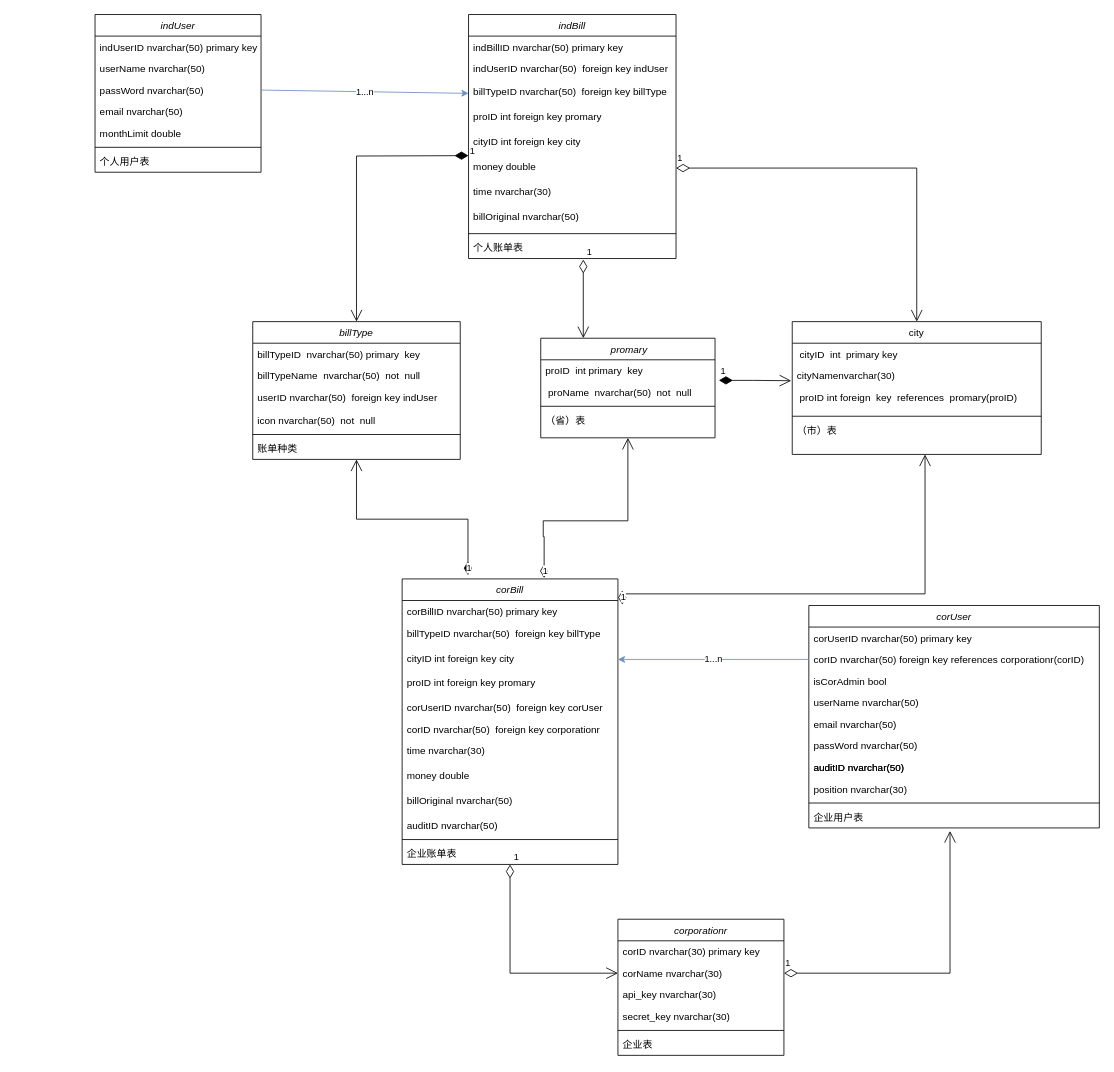
imrole/UML keeps this draw.io diagram as 毕设/Untitled Diagram.drawio. Above is the earlier version. Source tidied: cells renumbered, new cells numbered last; positions are measured from the earlier drawing's top-left corner, leaving out a move shared by most shapes. Both pictures are drawn from the tidied source at 83%, with x=0, y=0 at pixel (20, 14).
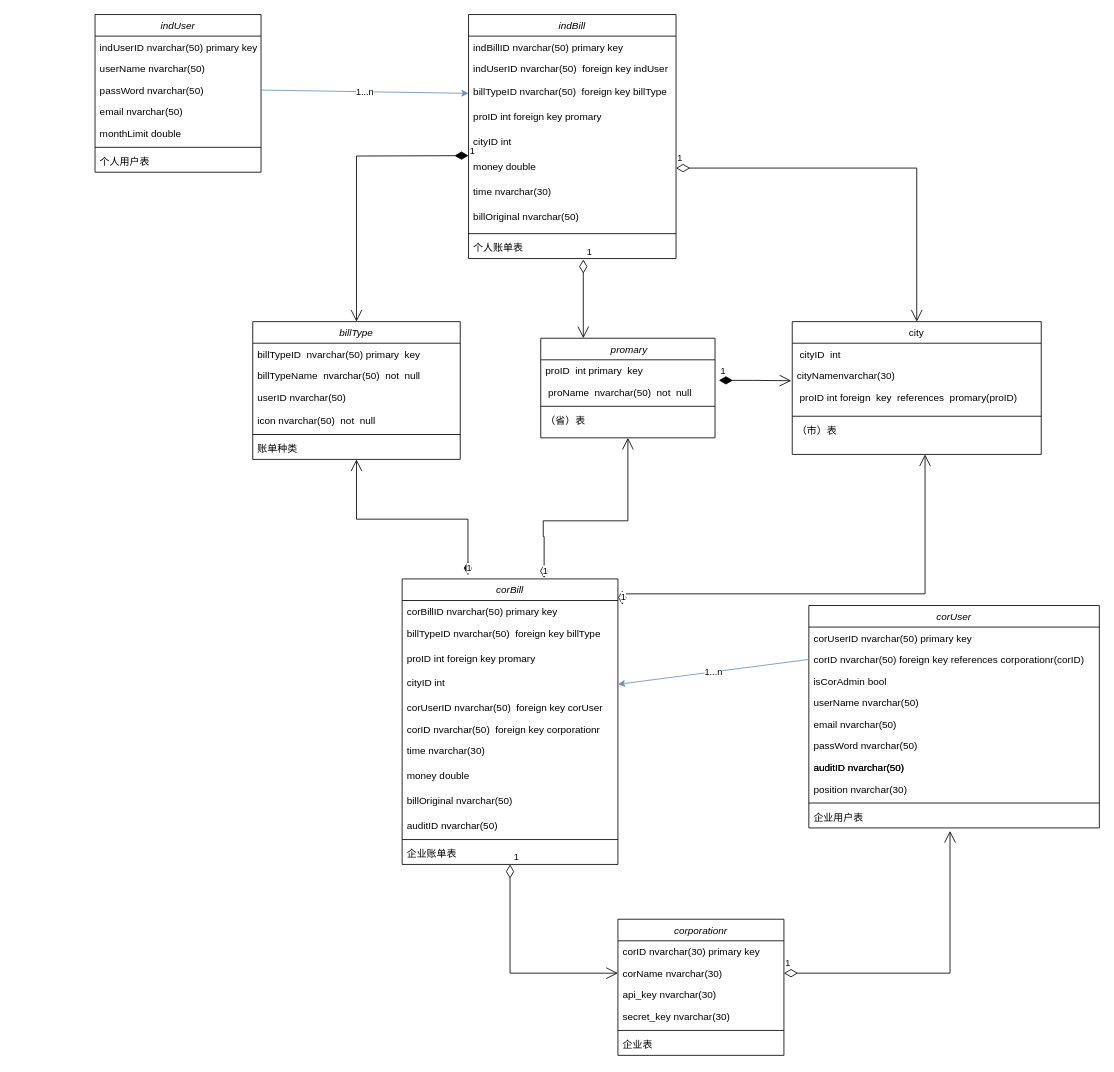
Above is the later version.

Unchanged cells that the change refers to:
```xml
<mxCell id="7" value="city" style="swimlane;fontStyle=0;align=center;verticalAlign=top;horizontal=1;startSize=26;rounded=0;shadow=0;strokeWidth=1;" parent="1" vertex="1">
  <mxGeometry x="930" y="370" width="300" height="160" as="geometry" />
</mxCell>
<mxCell id="13" value="indBill" style="swimlane;fontStyle=2;align=center;verticalAlign=top;horizontal=1;startSize=26;rounded=0;shadow=0;strokeWidth=1;" parent="1" vertex="1">
  <mxGeometry x="540" width="250" height="294" as="geometry" />
</mxCell>
<mxCell id="43" value="corBill" style="swimlane;fontStyle=2;align=center;verticalAlign=top;horizontal=1;startSize=26;rounded=0;shadow=0;strokeWidth=1;" parent="1" vertex="1">
  <mxGeometry x="460" y="680" width="260" height="344" as="geometry" />
</mxCell>
<mxCell id="56" value="billType" style="swimlane;fontStyle=2;align=center;verticalAlign=top;horizontal=1;startSize=26;rounded=0;shadow=0;strokeWidth=1;" parent="1" vertex="1">
  <mxGeometry x="280" y="370" width="250" height="166" as="geometry" />
</mxCell>
```

The edit, as a diff of the source:
```diff
@@
-    <mxCell id="8" value=" cityID  int  primary key&#10;" style="text;align=left;verticalAlign=top;spacingLeft=4;spacingRight=4;overflow=hidden;" parent="7" vertex="1">
+    <mxCell id="8" value=" cityID  int &#10;" style="text;align=left;verticalAlign=top;spacingLeft=4;spacingRight=4;overflow=hidden;" parent="7" vertex="1">
       <mxGeometry y="26" width="300" height="26" as="geometry" />
     </mxCell>
@@
-    <mxCell id="18" value="cityID int foreign key city" style="text;align=left;verticalAlign=top;spacingLeft=4;spacingRight=4;overflow=hidden;rounded=0;shadow=0;html=0;" parent="13" vertex="1">
+    <mxCell id="18" value="cityID int " style="text;align=left;verticalAlign=top;spacingLeft=4;spacingRight=4;overflow=hidden;rounded=0;shadow=0;html=0;" parent="13" vertex="1">
       <mxGeometry y="140" width="250" height="30" as="geometry" />
     </mxCell>
@@
+    <mxCell id="47" value="proID int foreign key promary" style="text;align=left;verticalAlign=top;spacingLeft=4;spacingRight=4;overflow=hidden;rounded=0;shadow=0;html=0;" parent="43" vertex="1">
+      <mxGeometry y="82" width="260" height="30" as="geometry" />
+    </mxCell>
-    <mxCell id="46" value="cityID int foreign key city" style="text;align=left;verticalAlign=top;spacingLeft=4;spacingRight=4;overflow=hidden;points=[[0,0.5],[1,0.5]];portConstraint=eastwest;rounded=0;shadow=0;html=0;" parent="43" vertex="1">
-      <mxGeometry y="82" width="260" height="30" as="geometry" />
+    <mxCell id="46" value="cityID int" style="text;align=left;verticalAlign=top;spacingLeft=4;spacingRight=4;overflow=hidden;points=[[0,0.5],[1,0.5]];portConstraint=eastwest;rounded=0;shadow=0;html=0;" parent="43" vertex="1">
+      <mxGeometry y="112" width="260" height="30" as="geometry" />
     </mxCell>
-    <mxCell id="47" value="proID int foreign key promary" style="text;align=left;verticalAlign=top;spacingLeft=4;spacingRight=4;overflow=hidden;rounded=0;shadow=0;html=0;" parent="43" vertex="1">
-      <mxGeometry y="112" width="260" height="30" as="geometry" />
-    </mxCell>
@@
-    <mxCell id="59" value="userID nvarchar(50)  foreign key indUser " style="text;align=left;verticalAlign=top;spacingLeft=4;spacingRight=4;overflow=hidden;rounded=0;shadow=0;html=0;" parent="56" vertex="1">
+    <mxCell id="59" value="userID nvarchar(50) " style="text;align=left;verticalAlign=top;spacingLeft=4;spacingRight=4;overflow=hidden;rounded=0;shadow=0;html=0;" parent="56" vertex="1">
       <mxGeometry y="78" width="250" height="28" as="geometry" />
     </mxCell>
```
